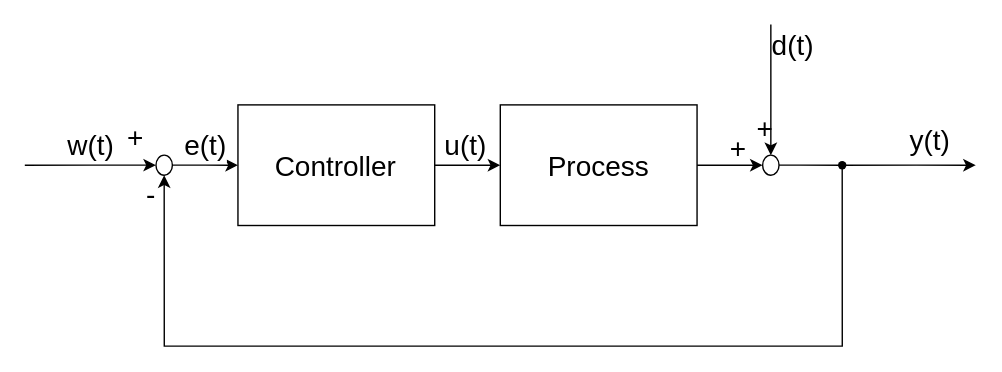
Above: openloop.drawio.svg in mxwlc/ee2project-2024-robot-power (draw.io), before the change. Source tidied: cells renumbered, new cells last; positions are measured from the earlier drawing's top-left corner, leaving out a move shared by most shapes.
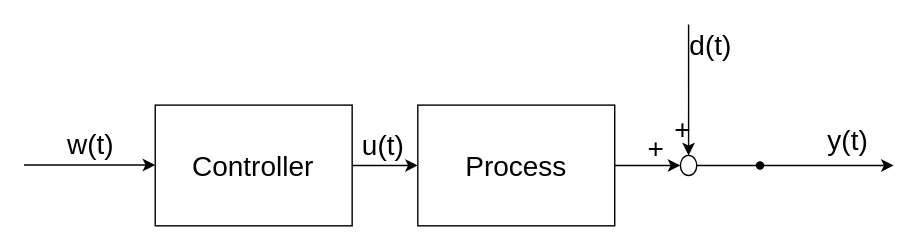
After the change.

What changed in the source:
```diff
@@ -48,37 +48,14 @@
         <mxPoint x="-12" y="-4" as="offset" />
       </mxGeometry>
     </mxCell>
-    <mxCell id="14" style="edgeStyle=orthogonalEdgeStyle;rounded=0;jettySize=auto;html=1;entryX=0.5;entryY=1;entryDx=0;entryDy=0;fontSize=20;" parent="1" edge="1" source="16" target="20">
-      <mxGeometry relative="1" as="geometry">
-        <Array as="points">
-          <mxPoint x="585" y="230" />
-          <mxPoint x="100" y="230" />
-        </Array>
-      </mxGeometry>
-    </mxCell>
-    <mxCell id="15" value="-" style="edgeLabel;html=1;align=center;verticalAlign=middle;labelBackgroundColor=none;fontSize=20;" parent="14" vertex="1">
-      <mxGeometry x="0.92" y="1" relative="1" as="geometry">
-        <mxPoint x="-9" y="-18" as="offset" />
-      </mxGeometry>
-    </mxCell>
     <mxCell id="16" style="shape=waypoint;sketch=0;size=6;points=[];fillColor=default;perimeter=centerPerimeter;snapToPoint=1;rounded=0;fontSize=20;" parent="1" vertex="1">
       <mxGeometry x="574.5" y="90.6" width="20" height="20" as="geometry" />
     </mxCell>
-    <mxCell id="17" value="e(t)" style="edgeStyle=orthogonalEdgeStyle;rounded=0;jettySize=auto;html=1;verticalAlign=bottom;fontSize=20;" parent="1" edge="1" source="20" target="11">
-      <mxGeometry relative="1" as="geometry" />
-    </mxCell>
-    <mxCell id="18" value="w(t)" style="edgeStyle=orthogonalEdgeStyle;rounded=0;jettySize=auto;html=1;endArrow=none;endFill=0;startArrow=classic;startFill=1;verticalAlign=bottom;fontSize=20;" parent="1" edge="1" source="20">
+    <mxCell id="18" value="w(t)" style="edgeStyle=orthogonalEdgeStyle;rounded=0;orthogonalLoop=1;jettySize=auto;html=1;endArrow=none;endFill=0;startArrow=classic;startFill=1;verticalAlign=bottom;fontSize=20;" parent="1" edge="1">
       <mxGeometry relative="1" as="geometry">
-        <mxPoint y="100.6" as="targetPoint" />
+        <mxPoint x="152.4" y="100.3" as="sourcePoint" />
+        <mxPoint x="58.6" y="100.3" as="targetPoint" />
       </mxGeometry>
     </mxCell>
-    <mxCell id="19" value="+" style="edgeLabel;html=1;align=center;verticalAlign=middle;labelBackgroundColor=none;fontSize=20;" parent="18" vertex="1">
-      <mxGeometry x="-0.68" relative="1" as="geometry">
-        <mxPoint y="-21" as="offset" />
-      </mxGeometry>
-    </mxCell>
-    <mxCell id="20" style="ellipse;whiteSpace=wrap;html=1;rounded=0;fontSize=20;" parent="1" vertex="1">
-      <mxGeometry x="93.8" y="93.4" width="11.7" height="14.4" as="geometry" />
-    </mxCell>
   </root>
 </mxGraphModel>
```
